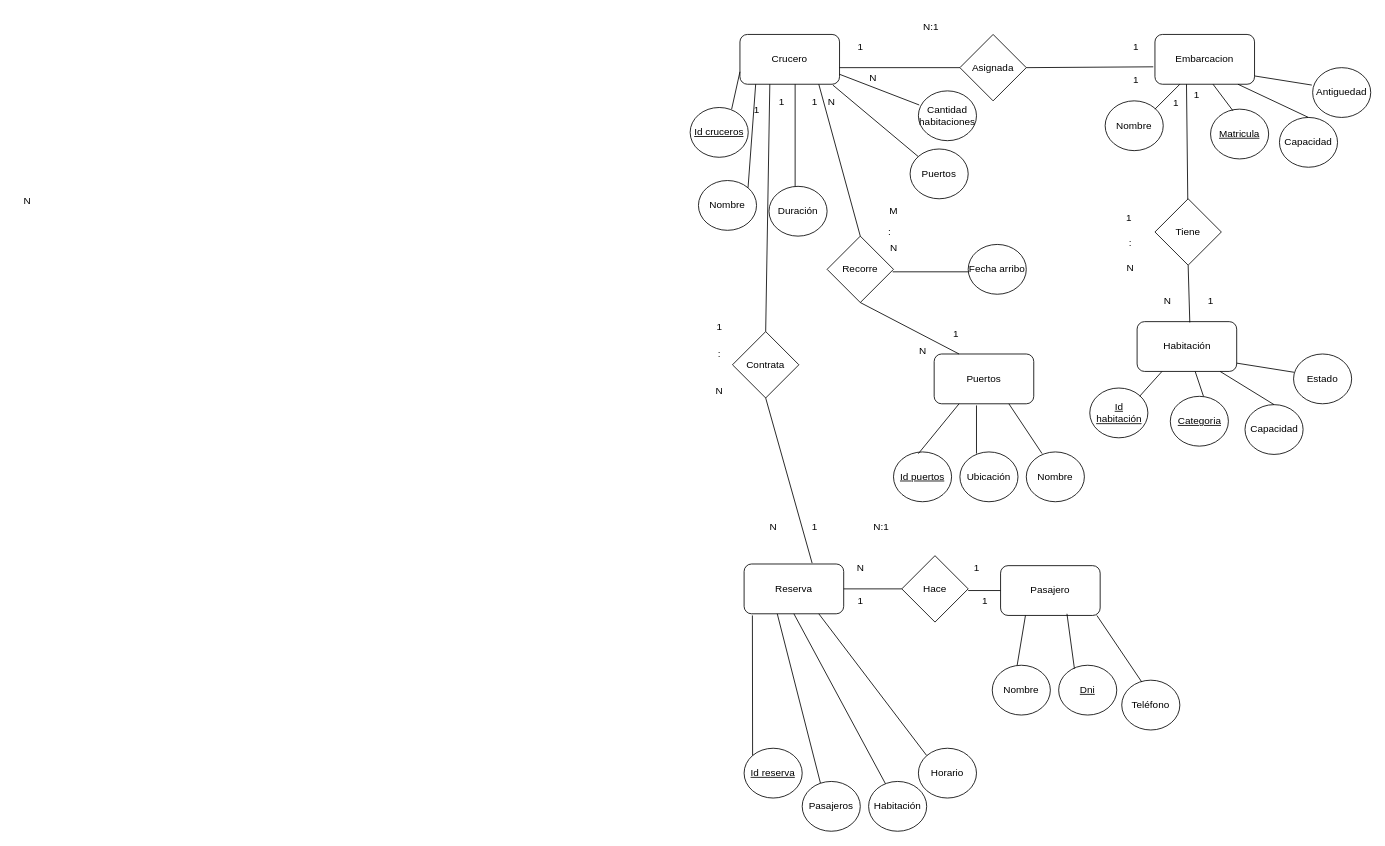
Before: Tp3.drawio in kevinld93/Diagramas, a draw.io diagram. Source tidied: cells renumbered, new cells numbered last; positions are measured from the earlier drawing's top-left corner, leaving out a move shared by most shapes. Both pictures are drawn from the tidied source at 83%, with x=0, y=0 at pixel (14, 14).
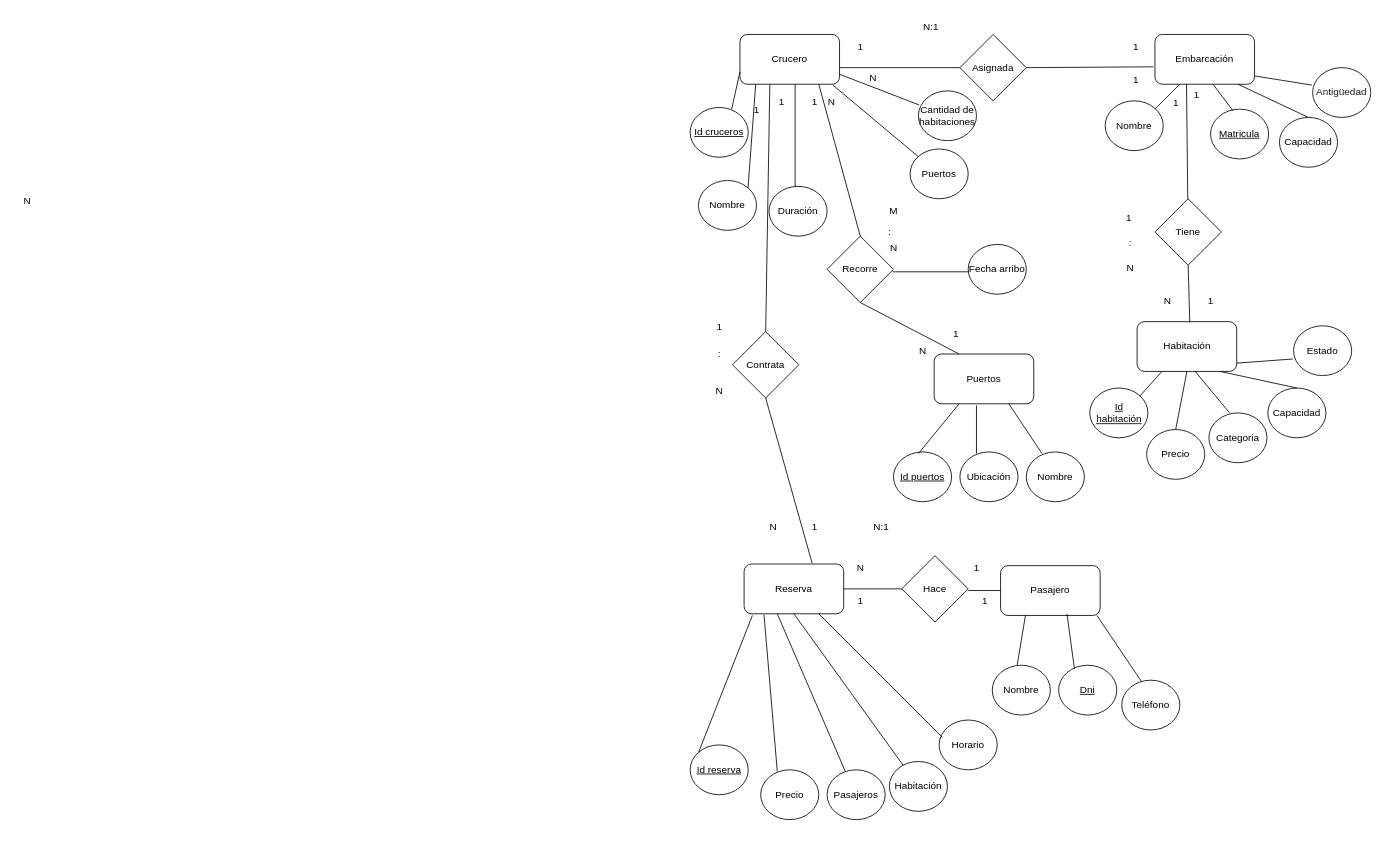
The same diagram, later.

The change refers to these unchanged cells:
```xml
<mxCell id="27" value="Habitación" style="rounded=1;whiteSpace=wrap;html=1;" parent="1" vertex="1">
  <mxGeometry x="1352.5" y="370" width="120" height="60" as="geometry" />
</mxCell>
<mxCell id="47" value="Reserva" style="rounded=1;whiteSpace=wrap;html=1;" parent="1" vertex="1">
  <mxGeometry x="879" y="662" width="120" height="60" as="geometry" />
</mxCell>
```

Change to the diagram source:
```diff
@@
-    <mxCell id="2" value="Embarcacion" style="rounded=1;whiteSpace=wrap;html=1;" parent="1" vertex="1">
+    <mxCell id="2" value="Embarcación" style="rounded=1;whiteSpace=wrap;html=1;" parent="1" vertex="1">
       <mxGeometry x="1374" y="24" width="120" height="60" as="geometry" />
     </mxCell>
@@
-    <mxCell id="17" value="Antiguedad" style="ellipse;whiteSpace=wrap;html=1;" parent="1" vertex="1">
+    <mxCell id="17" value="&lt;span style=&quot;color: rgb(31, 31, 31); text-align: start; background-color: rgb(255, 255, 255);&quot;&gt;&lt;font face=&quot;Helvetica&quot; style=&quot;font-size: 12px;&quot;&gt;Antigüedad&lt;/font&gt;&lt;/span&gt;" style="ellipse;whiteSpace=wrap;html=1;" parent="1" vertex="1">
       <mxGeometry x="1564" y="64" width="70" height="60" as="geometry" />
     </mxCell>
@@
-    <mxCell id="21" value="Cantidad habitaciones" style="ellipse;whiteSpace=wrap;html=1;" parent="1" vertex="1">
+    <mxCell id="21" value="Cantidad de habitaciones" style="ellipse;whiteSpace=wrap;html=1;" parent="1" vertex="1">
       <mxGeometry x="1089" y="92" width="70" height="60" as="geometry" />
     </mxCell>
@@
-    <mxCell id="28" value="&lt;u&gt;Categoria&lt;/u&gt;" style="ellipse;whiteSpace=wrap;html=1;" parent="1" vertex="1">
-      <mxGeometry x="1392.5" y="460" width="70" height="60" as="geometry" />
+    <mxCell id="28" value="Categoria" style="ellipse;whiteSpace=wrap;html=1;" parent="1" vertex="1">
+      <mxGeometry x="1439" y="480" width="70" height="60" as="geometry" />
     </mxCell>
     <mxCell id="29" value="Capacidad" style="ellipse;whiteSpace=wrap;html=1;" parent="1" vertex="1">
-      <mxGeometry x="1482.5" y="470" width="70" height="60" as="geometry" />
+      <mxGeometry x="1510" y="450" width="70" height="60" as="geometry" />
     </mxCell>
@@
-    <mxCell id="32" style="endArrow=none;html=1;rounded=0;entryX=0.583;entryY=1;entryDx=0;entryDy=0;entryPerimeter=0;" parent="1" edge="1" target="27">
-      <mxGeometry relative="1" as="geometry">
-        <mxPoint x="1432.5" y="460" as="sourcePoint" />
-      </mxGeometry>
+    <mxCell id="32" style="endArrow=none;html=1;rounded=0;entryX=0.583;entryY=1;entryDx=0;entryDy=0;entryPerimeter=0;exitX=0.357;exitY=0;exitDx=0;exitDy=0;exitPerimeter=0;" parent="1" edge="1" source="28" target="27">
+      <mxGeometry relative="1" as="geometry" />
     </mxCell>
@@
     <mxCell id="34" value="Estado" style="ellipse;whiteSpace=wrap;html=1;" parent="1" vertex="1">
-      <mxGeometry x="1541" y="409" width="70" height="60" as="geometry" />
+      <mxGeometry x="1541" y="375" width="70" height="60" as="geometry" />
     </mxCell>
-    <mxCell id="35" style="endArrow=none;html=1;rounded=0;entryX=-0.014;entryY=0.35;entryDx=0;entryDy=0;entryPerimeter=0;" parent="1" edge="1">
+    <mxCell id="35" style="endArrow=none;html=1;rounded=0;entryX=-0.014;entryY=0.667;entryDx=0;entryDy=0;entryPerimeter=0;" parent="1" edge="1" target="34">
       <mxGeometry relative="1" as="geometry">
         <mxPoint x="1472.5" y="420" as="sourcePoint" />
-        <mxPoint x="1541.5" y="431" as="targetPoint" />
       </mxGeometry>
     </mxCell>
@@
     <mxCell id="48" value="Pasajeros" style="ellipse;whiteSpace=wrap;html=1;" parent="1" vertex="1">
-      <mxGeometry x="949" y="924" width="70" height="60" as="geometry" />
+      <mxGeometry x="979" y="910" width="70" height="60" as="geometry" />
     </mxCell>
     <mxCell id="49" value="&lt;u&gt;Id reserva&lt;/u&gt;" style="ellipse;whiteSpace=wrap;html=1;" parent="1" vertex="1">
-      <mxGeometry x="879" y="884" width="70" height="60" as="geometry" />
+      <mxGeometry x="814" y="880" width="70" height="60" as="geometry" />
     </mxCell>
     <mxCell id="50" value="Habitación" style="ellipse;whiteSpace=wrap;html=1;" parent="1" vertex="1">
-      <mxGeometry x="1029" y="924" width="70" height="60" as="geometry" />
+      <mxGeometry x="1054" y="900" width="70" height="60" as="geometry" />
     </mxCell>
     <mxCell id="51" value="Horario" style="ellipse;whiteSpace=wrap;html=1;" parent="1" vertex="1">
-      <mxGeometry x="1089" y="884" width="70" height="60" as="geometry" />
+      <mxGeometry x="1114" y="850" width="70" height="60" as="geometry" />
     </mxCell>
@@
-    <mxCell id="55" style="endArrow=none;html=1;rounded=0;entryX=0;entryY=0;entryDx=0;entryDy=0;exitX=0.75;exitY=1;exitDx=0;exitDy=0;" parent="1" edge="1" source="47">
-      <mxGeometry relative="1" as="geometry">
-        <mxPoint x="1099" y="892.8" as="targetPoint" />
-      </mxGeometry>
+    <mxCell id="55" style="endArrow=none;html=1;rounded=0;entryX=0.057;entryY=0.35;entryDx=0;entryDy=0;exitX=0.75;exitY=1;exitDx=0;exitDy=0;entryPerimeter=0;" parent="1" edge="1" source="47" target="51">
+      <mxGeometry relative="1" as="geometry" />
     </mxCell>
@@
+    <mxCell id="103" value="Precio" style="ellipse;whiteSpace=wrap;html=1;" parent="1" vertex="1">
+      <mxGeometry x="1364" y="500" width="70" height="60" as="geometry" />
+    </mxCell>
+    <mxCell id="104" style="endArrow=none;html=1;rounded=0;entryX=0.5;entryY=1;entryDx=0;entryDy=0;" parent="1" edge="1" target="27">
+      <mxGeometry relative="1" as="geometry">
+        <mxPoint x="1399" y="500" as="sourcePoint" />
+      </mxGeometry>
+    </mxCell>
+    <mxCell id="105" value="Precio" style="ellipse;whiteSpace=wrap;html=1;" parent="1" vertex="1">
+      <mxGeometry x="899" y="910" width="70" height="60" as="geometry" />
+    </mxCell>
+    <mxCell id="106" style="endArrow=none;html=1;rounded=0;entryX=0.2;entryY=1.017;entryDx=0;entryDy=0;entryPerimeter=0;" parent="1" edge="1" target="47">
+      <mxGeometry relative="1" as="geometry">
+        <mxPoint x="919" y="912" as="sourcePoint" />
+      </mxGeometry>
+    </mxCell>
```
